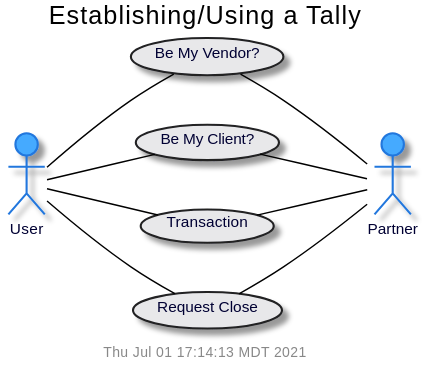
This is doc/uml/use-tally.svg from gotchoices/MyCHIPs, a PlantUML export, as it was before one commit.
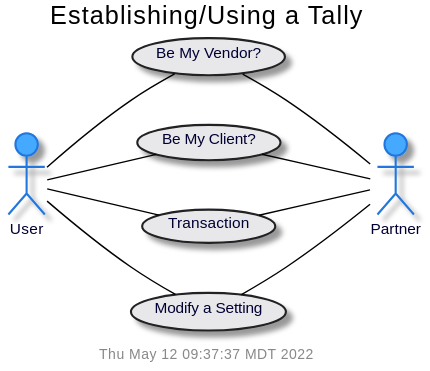
The same diagram one commit later.

What changed in the source:
```diff
@@ -9,7 +9,7 @@
 usecase "Be My Vendor?" as offerStock
 usecase "Be My Client?" as offerFoil
 usecase "Transaction" as newChit
-usecase "Request Close" as reqClose
+usecase "Modify a Setting" as modSet
 
 user	--	offerStock
 		offerStock	--	partner
@@ -17,7 +17,7 @@
 		offerFoil	--	partner
 user	--	newChit
 		newChit		--	partner
-user	--	reqClose
-		reqClose	--	partner
+user	--	modSet
+		modSet		--	partner
 
 @enduml
```
